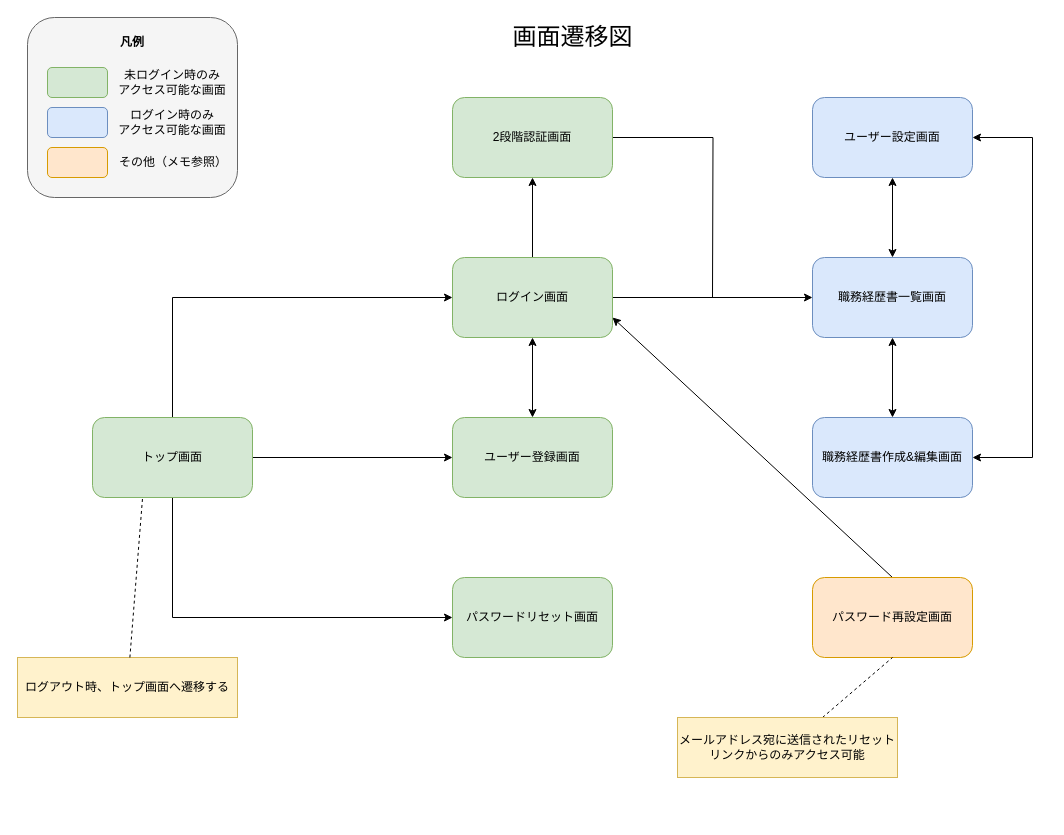
The draw.io diagram doc/画面設計/画面遷移図.drawio in DogisRiki/KeirekiPro, before the edit. Source tidied: cells renumbered, new cells numbered last; positions are measured from the earlier drawing's top-left corner, leaving out a move shared by most shapes. Both pictures are drawn from the tidied source at 100%, with x=0, y=0 at pixel (17, 17).
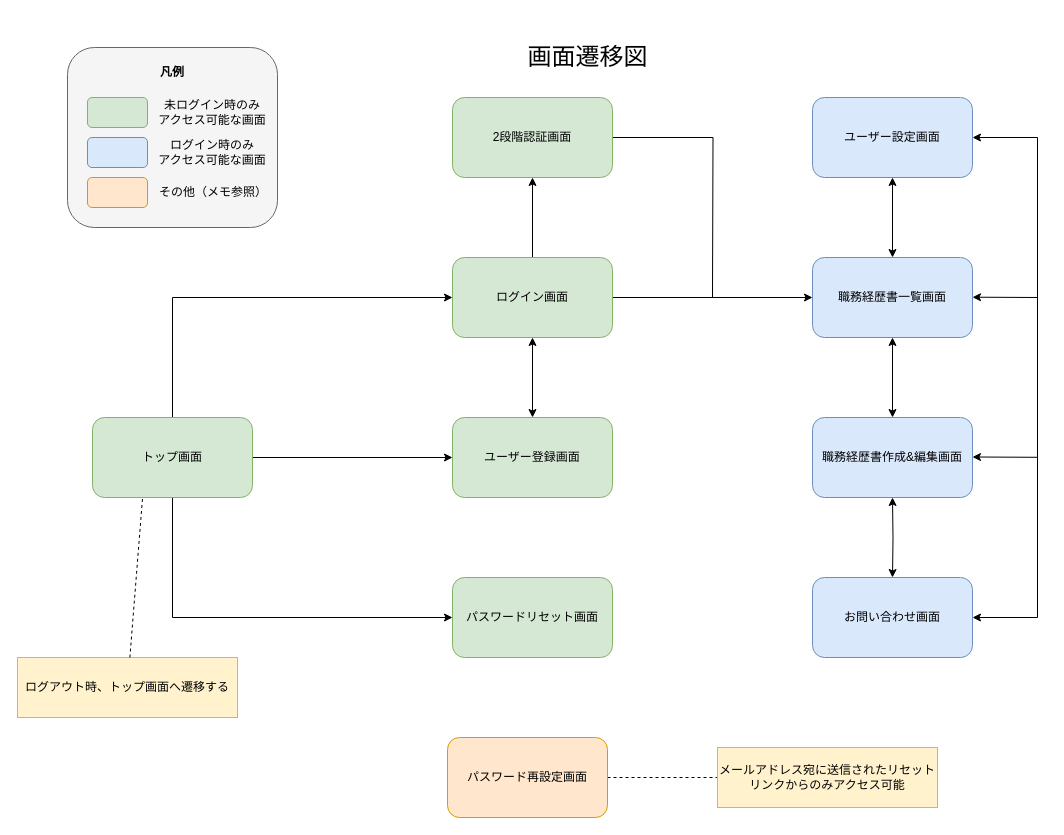
The same page after the edit.

Commit message (it also covers changes not shown here):
docs: ドメインモデルと画面遷移図を修正

Changes:
ドメインモデルの職務経歴書集約に以下を追加。
・作成日時
・更新日時

画面遷移図に以下の画面を追加
・お問い合わせ画面

Reason:
画面設計をしていて必要だと感じたため。

BREAKING CHANGE: N/A
Related: N/A
Refs: N/A

The change refers to these unchanged cells:
```xml
<mxCell id="9" value="ログイン画面" style="rounded=1;whiteSpace=wrap;html=1;fillColor=#d5e8d4;strokeColor=#82b366;" parent="1" vertex="1">
  <mxGeometry x="435" y="240" width="160" height="80" as="geometry" />
</mxCell>
<mxCell id="12" value="職務経歴書作成&amp;amp;編集画面" style="rounded=1;whiteSpace=wrap;html=1;fillColor=#dae8fc;strokeColor=#6c8ebf;" parent="1" vertex="1">
  <mxGeometry x="795" y="400" width="160" height="80" as="geometry" />
</mxCell>
<mxCell id="14" value="ユーザー設定画面" style="rounded=1;whiteSpace=wrap;html=1;fillColor=#dae8fc;strokeColor=#6c8ebf;" parent="1" vertex="1">
  <mxGeometry x="795" y="80" width="160" height="80" as="geometry" />
</mxCell>
```

Diff of the diagram source:
```diff
@@
-    <mxCell id="13" style="edgeStyle=orthogonalEdgeStyle;rounded=0;jettySize=auto;html=1;exitX=1;exitY=0.5;exitDx=0;exitDy=0;entryX=1;entryY=0.5;entryDx=0;entryDy=0;startArrow=classic;startFill=1;" parent="1" edge="1" source="14" target="12">
-      <mxGeometry relative="1" as="geometry">
-        <Array as="points">
-          <mxPoint x="1015" y="120" />
-          <mxPoint x="1015" y="440" />
-        </Array>
-      </mxGeometry>
-    </mxCell>
+    <mxCell id="36" style="edgeStyle=orthogonalEdgeStyle;rounded=0;jettySize=auto;html=1;exitX=1;exitY=0.5;exitDx=0;exitDy=0;entryX=1;entryY=0.5;entryDx=0;entryDy=0;startArrow=classic;startFill=1;" parent="1" edge="1" source="14" target="38">
+      <mxGeometry relative="1" as="geometry">
+        <Array as="points">
+          <mxPoint x="1020" y="120" />
+          <mxPoint x="1020" y="600" />
+        </Array>
+      </mxGeometry>
+    </mxCell>
@@
-    <mxCell id="15" style="rounded=0;jettySize=auto;html=1;exitX=0.5;exitY=0;exitDx=0;exitDy=0;entryX=1;entryY=0.75;entryDx=0;entryDy=0;" parent="1" edge="1" source="16" target="9">
-      <mxGeometry relative="1" as="geometry" />
-    </mxCell>
+    <mxCell id="37" style="edgeStyle=orthogonalEdgeStyle;rounded=0;jettySize=auto;html=1;entryX=0;entryY=0.5;entryDx=0;entryDy=0;endArrow=none;endFill=0;dashed=1;" parent="1" edge="1" source="16" target="32">
+      <mxGeometry relative="1" as="geometry" />
+    </mxCell>
     <mxCell id="16" value="パスワード再設定画面" style="rounded=1;whiteSpace=wrap;html=1;fillColor=#ffe6cc;strokeColor=#d79b00;" parent="1" vertex="1">
-      <mxGeometry x="795" y="560" width="160" height="80" as="geometry" />
+      <mxGeometry x="430" y="720" width="160" height="80" as="geometry" />
     </mxCell>
@@
     <mxCell id="22" style="group;" parent="1" vertex="1">
-      <mxGeometry x="10" width="210" height="180" as="geometry" />
+      <mxGeometry x="50" y="30" width="210" height="180" as="geometry" />
     </mxCell>
@@
-    <mxCell id="31" style="rounded=0;jettySize=auto;html=1;entryX=0.5;entryY=1;entryDx=0;entryDy=0;endArrow=none;endFill=0;dashed=1;" parent="1" edge="1" source="32" target="16">
-      <mxGeometry relative="1" as="geometry" />
-    </mxCell>
     <mxCell id="32" value="メールアドレス宛に送信されたリセットリンクからのみアクセス可能" style="rounded=0;whiteSpace=wrap;html=1;fillColor=#fff2cc;strokeColor=#d6b656;" parent="1" vertex="1">
-      <mxGeometry x="660" y="700" width="220" height="60" as="geometry" />
+      <mxGeometry x="700" y="730" width="220" height="60" as="geometry" />
     </mxCell>
@@
     <mxCell id="35" value="&lt;font style=&quot;font-size: 24px;&quot;&gt;画面遷移図&lt;/font&gt;" style="text;html=1;align=center;verticalAlign=middle;strokeColor=none;fillColor=none;" parent="1" vertex="1">
-      <mxGeometry x="485" width="140" height="40" as="geometry" />
+      <mxGeometry x="500" y="20" width="140" height="40" as="geometry" />
     </mxCell>
+    <mxCell id="38" value="お問い合わせ画面" style="rounded=1;whiteSpace=wrap;html=1;fillColor=#dae8fc;strokeColor=#6c8ebf;" parent="1" vertex="1">
+      <mxGeometry x="795" y="560" width="160" height="80" as="geometry" />
+    </mxCell>
+    <mxCell id="39" style="edgeStyle=orthogonalEdgeStyle;rounded=0;jettySize=auto;html=1;exitX=0.5;exitY=1;exitDx=0;exitDy=0;entryX=0.5;entryY=0;entryDx=0;entryDy=0;startArrow=classic;startFill=1;" parent="1" edge="1" target="38">
+      <mxGeometry relative="1" as="geometry">
+        <mxPoint x="875" y="480" as="sourcePoint" />
+      </mxGeometry>
+    </mxCell>
+    <mxCell id="40" style="endArrow=classic;html=1;rounded=0;fontSize=7;" parent="1" edge="1">
+      <mxGeometry relative="1" as="geometry">
+        <mxPoint x="1020" y="280" as="sourcePoint" />
+        <mxPoint x="955" y="279.7" as="targetPoint" />
+      </mxGeometry>
+    </mxCell>
+    <mxCell id="41" style="endArrow=classic;html=1;rounded=0;fontSize=7;" parent="1" edge="1">
+      <mxGeometry relative="1" as="geometry">
+        <mxPoint x="1020" y="439.8" as="sourcePoint" />
+        <mxPoint x="955" y="439.5" as="targetPoint" />
+      </mxGeometry>
+    </mxCell>
```
